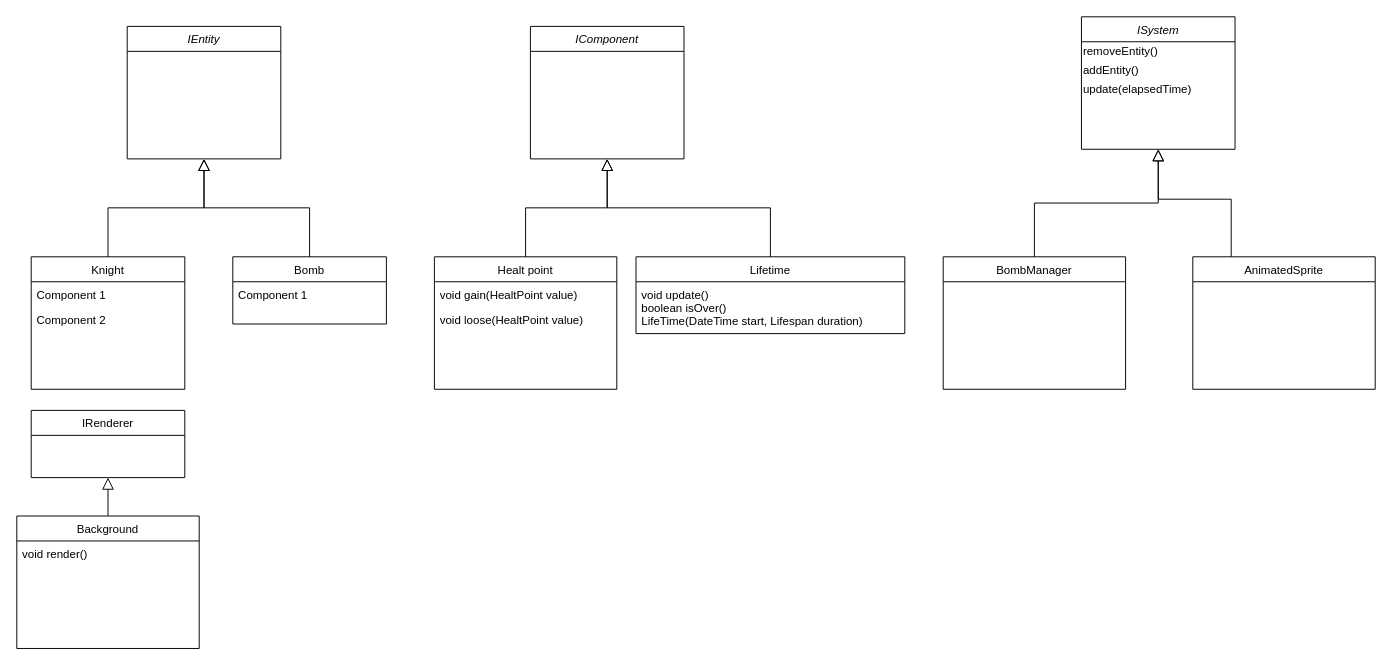
Before: page "Entity" (1 of 4) of UMLGeneralFramework.drawio in Kragoum/BomberKnight, a draw.io diagram. Source tidied: cells renumbered, new cells numbered last; positions are measured from the earlier drawing's top-left corner, leaving out a move shared by most shapes. Both pictures are drawn from the tidied source at 96%, with x=0, y=0 at pixel (16, 16).
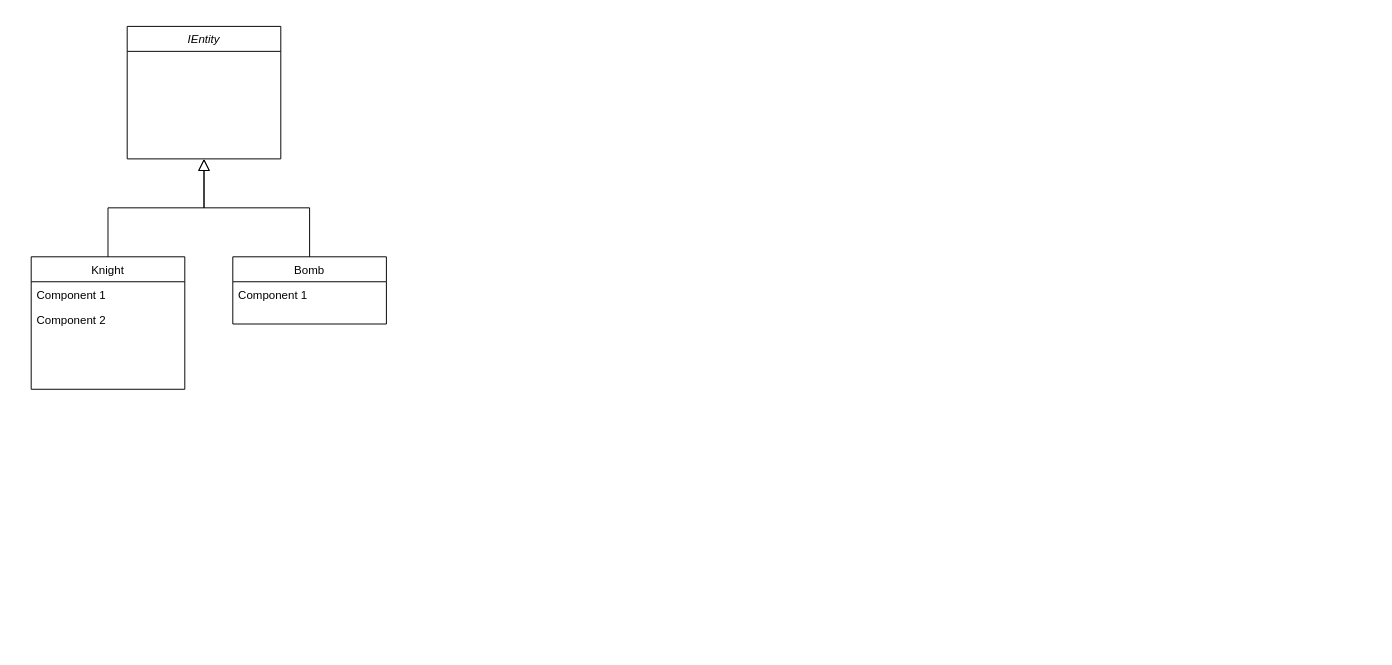
Above is the later version.

Commit message:
feat(UML): create sheets

Diff of the diagram source:
```diff
@@
-    <mxCell id="10" value="IComponent" style="swimlane;fontStyle=2;align=center;verticalAlign=top;horizontal=1;startSize=26;rounded=0;shadow=0;strokeWidth=1;" parent="1" vertex="1">
-      <mxGeometry x="535" y="10" width="160" height="138" as="geometry" />
-    </mxCell>
-    <mxCell id="11" value="Healt point" style="swimlane;fontStyle=0;align=center;verticalAlign=top;horizontal=1;startSize=26;rounded=0;shadow=0;strokeWidth=1;" parent="1" vertex="1">
-      <mxGeometry x="435" y="250" width="190" height="138" as="geometry" />
-    </mxCell>
-    <mxCell id="12" value="void gain(HealtPoint value)" style="text;align=left;verticalAlign=top;spacingLeft=4;spacingRight=4;overflow=hidden;" parent="11" vertex="1">
-      <mxGeometry y="26" width="190" height="26" as="geometry" />
-    </mxCell>
-    <mxCell id="13" value="void loose(HealtPoint value)" style="text;align=left;verticalAlign=top;spacingLeft=4;spacingRight=4;overflow=hidden;rounded=0;shadow=0;html=0;" parent="11" vertex="1">
-      <mxGeometry y="52" width="190" height="26" as="geometry" />
-    </mxCell>
-    <mxCell id="14" style="endArrow=block;endSize=10;endFill=0;shadow=0;strokeWidth=1;rounded=0;edgeStyle=elbowEdgeStyle;elbow=vertical;" parent="1" edge="1" source="11" target="10">
-      <mxGeometry relative="1" as="geometry" />
-    </mxCell>
-    <mxCell id="15" value="Lifetime" style="swimlane;fontStyle=0;align=center;verticalAlign=top;horizontal=1;startSize=26;rounded=0;shadow=0;strokeWidth=1;" parent="1" vertex="1">
-      <mxGeometry x="645" y="250" width="280" height="80" as="geometry" />
-    </mxCell>
-    <mxCell id="16" value="void update()&#10;boolean isOver()&#10;LifeTime(DateTime start, Lifespan duration)" style="text;align=left;verticalAlign=top;spacingLeft=4;spacingRight=4;overflow=hidden;" parent="15" vertex="1">
-      <mxGeometry y="26" width="280" height="54" as="geometry" />
-    </mxCell>
-    <mxCell id="17" style="endArrow=block;endSize=10;endFill=0;shadow=0;strokeWidth=1;rounded=0;edgeStyle=elbowEdgeStyle;elbow=vertical;" parent="1" edge="1" source="15" target="10">
-      <mxGeometry relative="1" as="geometry" />
-    </mxCell>
-    <mxCell id="18" value="ISystem" style="swimlane;fontStyle=2;align=center;verticalAlign=top;horizontal=1;startSize=26;rounded=0;shadow=0;strokeWidth=1;" parent="1" vertex="1">
-      <mxGeometry x="1109" width="160" height="138" as="geometry" />
-    </mxCell>
-    <mxCell id="19" value="removeEntity()" style="text;html=1;align=left;verticalAlign=middle;strokeColor=none;fillColor=none;" parent="18" vertex="1">
-      <mxGeometry y="26" width="160" height="20" as="geometry" />
-    </mxCell>
-    <mxCell id="20" value="&lt;div style=&quot;&quot;&gt;&lt;span style=&quot;background-color: initial;&quot;&gt;addEntity()&lt;/span&gt;&lt;/div&gt;" style="text;html=1;align=left;verticalAlign=middle;strokeColor=none;fillColor=none;" parent="18" vertex="1">
-      <mxGeometry y="46" width="160" height="20" as="geometry" />
-    </mxCell>
-    <mxCell id="21" value="update(elapsedTime)" style="text;html=1;align=left;verticalAlign=middle;strokeColor=none;fillColor=none;" parent="18" vertex="1">
-      <mxGeometry y="66" width="160" height="20" as="geometry" />
-    </mxCell>
-    <mxCell id="22" value="BombManager" style="swimlane;fontStyle=0;align=center;verticalAlign=top;horizontal=1;startSize=26;rounded=0;shadow=0;strokeWidth=1;" parent="1" vertex="1">
-      <mxGeometry x="965" y="250" width="190" height="138" as="geometry" />
-    </mxCell>
-    <mxCell id="23" style="endArrow=block;endSize=10;endFill=0;shadow=0;strokeWidth=1;rounded=0;edgeStyle=elbowEdgeStyle;elbow=vertical;" parent="1" edge="1" source="22" target="18">
-      <mxGeometry relative="1" as="geometry" />
-    </mxCell>
-    <mxCell id="24" value="IRenderer" style="swimlane;fontStyle=0;align=center;verticalAlign=top;horizontal=1;startSize=26;rounded=0;shadow=0;strokeWidth=1;" parent="1" vertex="1">
-      <mxGeometry x="15" y="410" width="160" height="70" as="geometry" />
-    </mxCell>
-    <mxCell id="25" value="Background" style="swimlane;fontStyle=0;align=center;verticalAlign=top;horizontal=1;startSize=26;rounded=0;shadow=0;strokeWidth=1;" parent="1" vertex="1">
-      <mxGeometry y="520" width="190" height="138" as="geometry" />
-    </mxCell>
-    <mxCell id="26" value="void render()" style="text;align=left;verticalAlign=top;spacingLeft=4;spacingRight=4;overflow=hidden;" parent="25" vertex="1">
-      <mxGeometry y="26" width="190" height="26" as="geometry" />
-    </mxCell>
-    <mxCell id="27" style="endArrow=block;endSize=10;endFill=0;shadow=0;strokeWidth=1;rounded=0;edgeStyle=elbowEdgeStyle;elbow=vertical;" parent="1" edge="1" source="25">
-      <mxGeometry relative="1" as="geometry">
-        <mxPoint x="95" y="480" as="targetPoint" />
-      </mxGeometry>
-    </mxCell>
-    <mxCell id="28" value="AnimatedSprite" style="swimlane;fontStyle=0;align=center;verticalAlign=top;horizontal=1;startSize=26;rounded=0;shadow=0;strokeWidth=1;" parent="1" vertex="1">
-      <mxGeometry x="1225" y="250" width="190" height="138" as="geometry" />
-    </mxCell>
-    <mxCell id="29" style="endArrow=block;endSize=10;endFill=0;shadow=0;strokeWidth=1;rounded=0;edgeStyle=elbowEdgeStyle;elbow=vertical;entryX=0.5;entryY=1;entryDx=0;entryDy=0;" parent="1" edge="1" source="28" target="18">
-      <mxGeometry relative="1" as="geometry">
-        <Array as="points">
-          <mxPoint x="1265" y="190" />
-        </Array>
-      </mxGeometry>
-    </mxCell>
```
